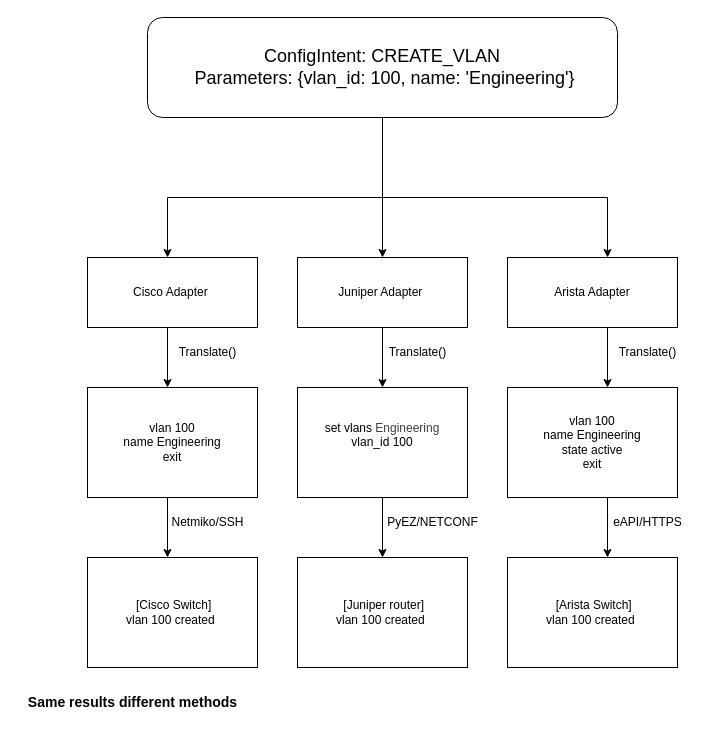
Above: docs/architecture/VAAL_adaptor_diagrams/multi-vendor_translation_comparison.drawio in preacher1045/Partially-Distributed-Smart-Network-Optimizer-PDSNO- (draw.io), before the change. Source tidied: cells renumbered, new cells numbered last; positions are measured from the earlier drawing's top-left corner, leaving out a move shared by most shapes. Both pictures are drawn from the tidied source at 100%, with x=0, y=0 at pixel (17, 17).
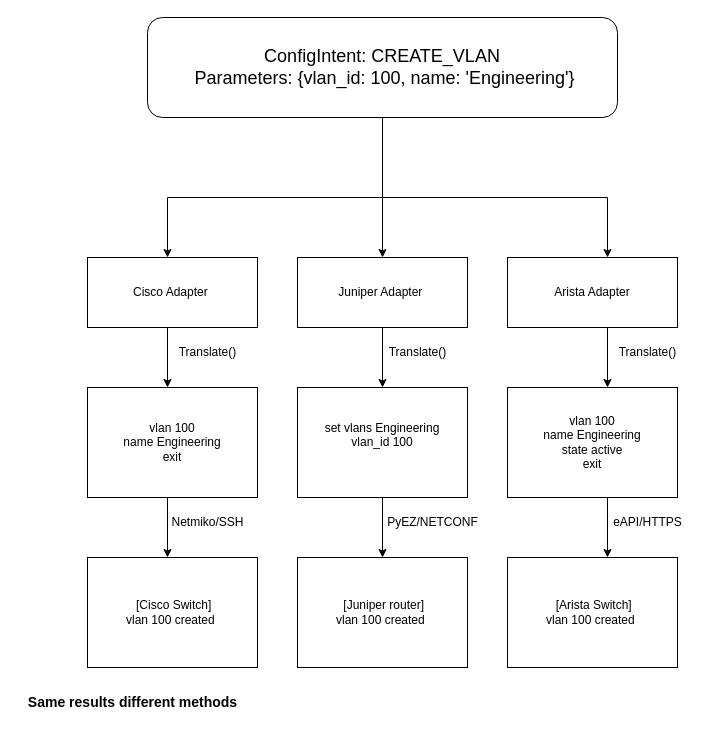
The same diagram, later.

What changed in the source:
```diff
@@
-    <mxCell id="15" value="set vlans&lt;span style=&quot;color: rgb(63, 63, 63); background-color: transparent;&quot;&gt;&amp;nbsp;Engineering&lt;/span&gt;&lt;div&gt;&lt;div&gt;vlan_id 100&lt;/div&gt;&lt;div&gt;&lt;br&gt;&lt;/div&gt;&lt;/div&gt;" style="rounded=0;whiteSpace=wrap;html=1;" parent="1" vertex="1">
+    <mxCell id="15" value="set vlans&amp;nbsp;Engineering&lt;div&gt;&lt;div&gt;vlan_id 100&lt;/div&gt;&lt;div&gt;&lt;br&gt;&lt;/div&gt;&lt;/div&gt;" style="rounded=0;whiteSpace=wrap;html=1;" parent="1" vertex="1">
       <mxGeometry x="280" y="370" width="170" height="110" as="geometry" />
     </mxCell>
```
